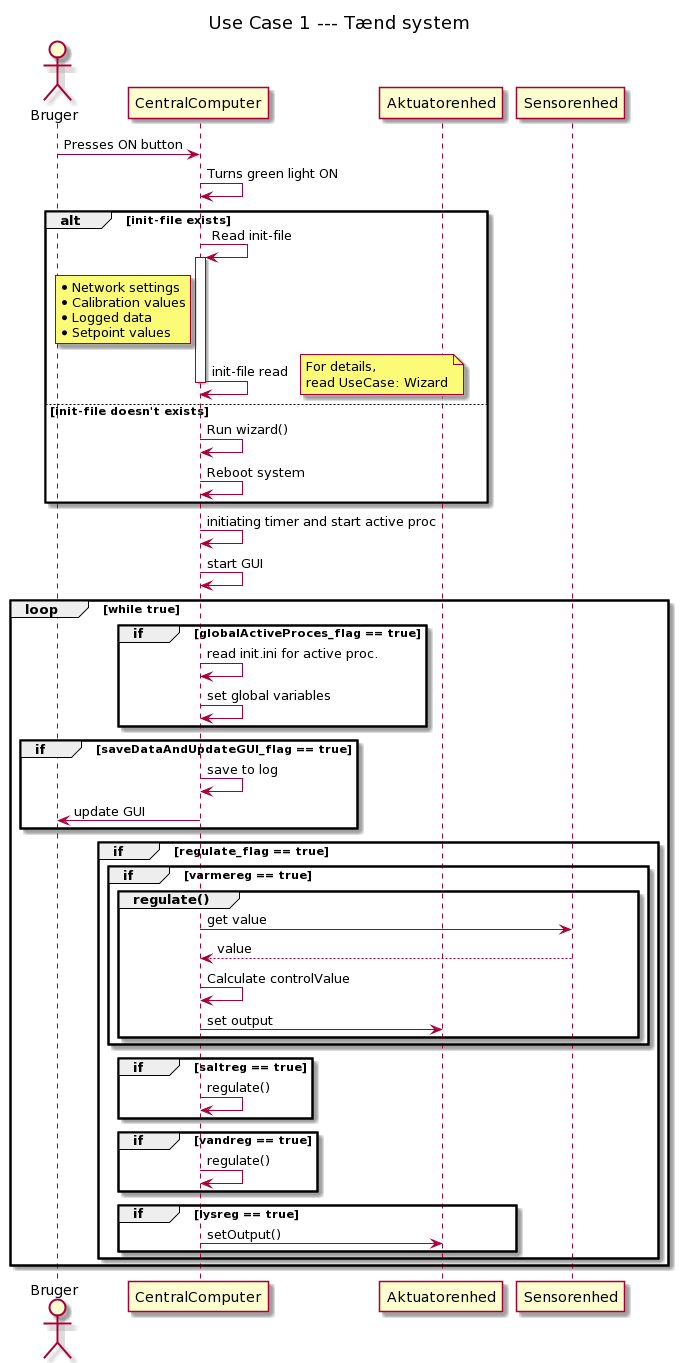
Above: Strukturering/System/Usecases/UseCase1_TaendSystem_old.png in Solvgraa-mager/E4PRJ4 (PlantUML), before the change.
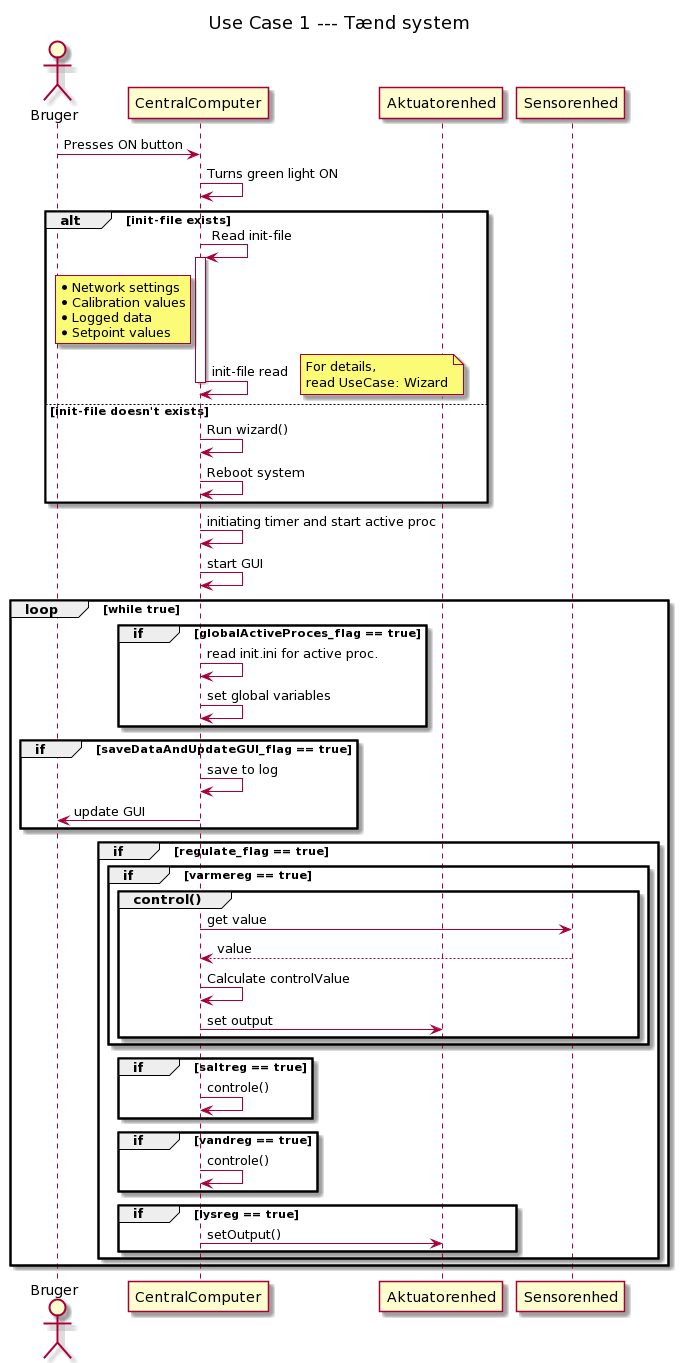
Above is the later version.

What changed in the source:
```diff
@@ -46,7 +46,7 @@
 
     group if [regulate_flag == true]
         group if [varmereg == true]
-            group regulate()
+            group control()
                 CentralComputer -> Sensorenhed: get value
                 Sensorenhed --> CentralComputer: value
                 CentralComputer -> CentralComputer: Calculate controlValue
@@ -54,10 +54,10 @@
             end
         end
         group if [saltreg == true]
-            CentralComputer -> CentralComputer: regulate()
+            CentralComputer -> CentralComputer: controle()
         end
         group if [vandreg == true]
-            CentralComputer -> CentralComputer: regulate()
+            CentralComputer -> CentralComputer: controle()
         end
         group if [lysreg == true]
             CentralComputer -> Aktuatorenhed: setOutput()
```
